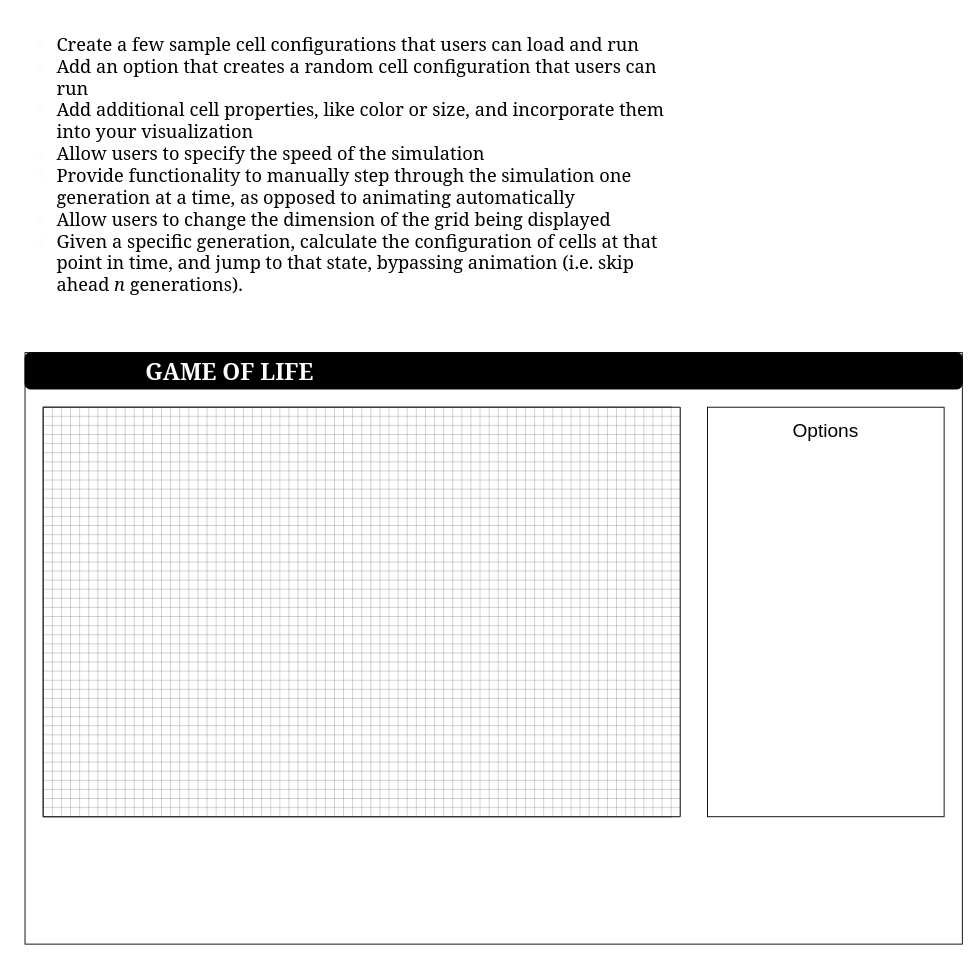
This is Untitled Diagram.drawio from meep-morp/Conways_Game_Of_Life, a draw.io file, before an edit. Source tidied: cells renumbered, new cells numbered last; positions are measured from the earlier drawing's top-left corner, leaving out a move shared by most shapes. Both pictures are drawn from the tidied source at 91%, with x=0, y=0 at pixel (15, 25).
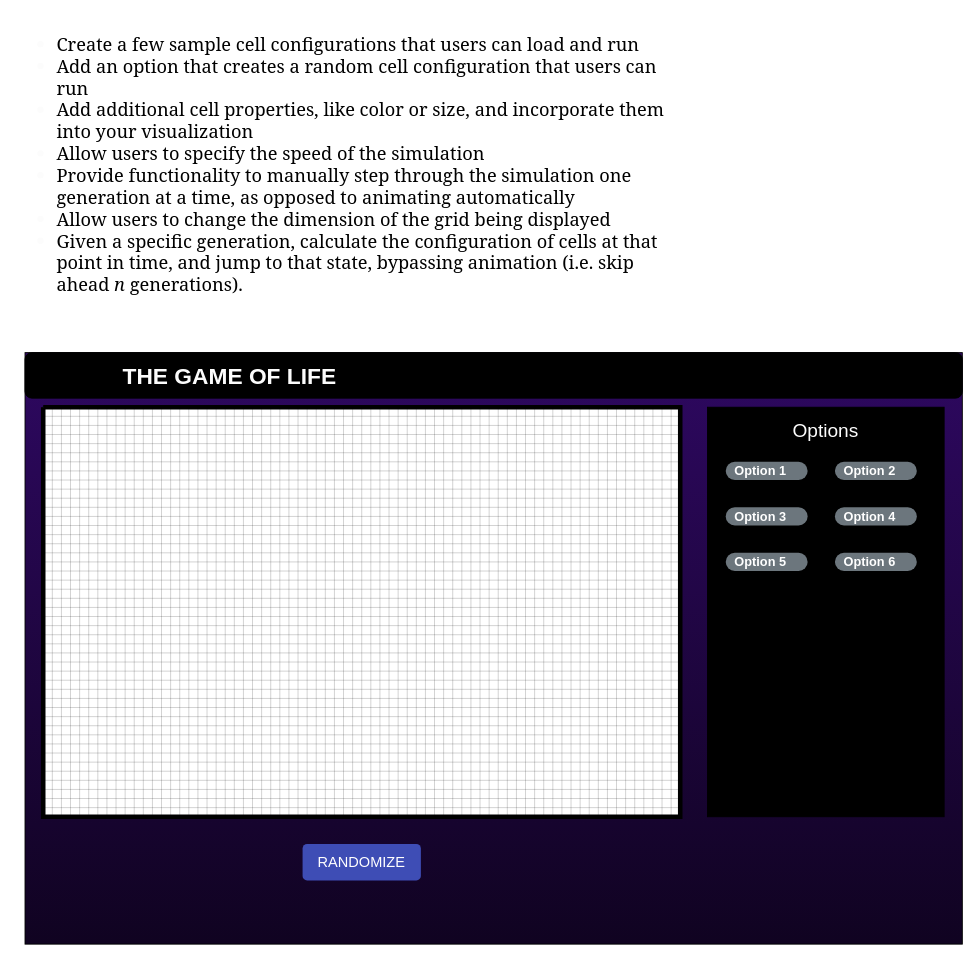
The same diagram, later.

Diff of the diagram source:
```diff
@@
 <mxGraphModel background="#ffffff">
   <root>
     <mxCell id="0" />
     <mxCell id="1" parent="0" />
-    <mxCell id="2" style="rounded=0;whiteSpace=wrap;html=1;labelBackgroundColor=#2E0861;" parent="1" vertex="1">
+    <mxCell id="2" style="rounded=0;whiteSpace=wrap;html=1;labelBackgroundColor=none;fillColor=#2E0861;gradientColor=#100321;" parent="1" vertex="1">
       <mxGeometry x="10" y="360" width="1030" height="650" as="geometry" />
     </mxCell>
     <mxCell id="3" style="rounded=1;whiteSpace=wrap;html=1;fillColor=#000000;" parent="1" vertex="1">
-      <mxGeometry x="10" y="360" width="1030" height="40" as="geometry" />
+      <mxGeometry x="10" y="360" width="1030" height="50" as="geometry" />
     </mxCell>
     <mxCell id="4" style="rounded=0;whiteSpace=wrap;html=1;" parent="1" vertex="1">
       <mxGeometry x="30" y="420" width="690" height="450" as="geometry" />
     </mxCell>
-    <mxCell id="5" style="rounded=0;whiteSpace=wrap;html=1;labelBackgroundColor=#2E0861;labelBorderColor=none;" parent="1" vertex="1">
+    <mxCell id="5" style="rounded=0;whiteSpace=wrap;html=1;labelBackgroundColor=#2E0861;labelBorderColor=none;fillColor=#000000;" parent="1" vertex="1">
       <mxGeometry x="760" y="420" width="260" height="450" as="geometry" />
     </mxCell>
-    <mxCell id="6" value="&lt;font style=&quot;font-size: 21px&quot;&gt;Options&lt;/font&gt;" style="text;html=1;strokeColor=none;fillColor=none;align=center;verticalAlign=middle;whiteSpace=wrap;rounded=0;" parent="1" vertex="1">
+    <mxCell id="6" value="&lt;font style=&quot;font-size: 21px&quot;&gt;Options&lt;/font&gt;" style="text;html=1;strokeColor=none;fillColor=none;align=center;verticalAlign=middle;whiteSpace=wrap;rounded=0;fontColor=#FCFCFC;fontFamily=Russo One;FType=g;" parent="1" vertex="1">
       <mxGeometry x="855" y="420" width="70" height="50" as="geometry" />
     </mxCell>
-    <mxCell id="7" style="verticalLabelPosition=bottom;verticalAlign=top;html=1;shape=mxgraph.basic.patternFillRect;fillStyle=grid;step=10;fillStrokeWidth=0.2;fillStrokeColor=#000000;strokeColor=#000000;fillColor=#FFFFFF;labelBackgroundColor=#2E0861;" parent="1" vertex="1">
+    <mxCell id="7" style="verticalLabelPosition=bottom;verticalAlign=top;html=1;shape=mxgraph.basic.patternFillRect;fillStyle=grid;step=10;fillStrokeWidth=0.2;fillStrokeColor=#000000;strokeColor=#000000;fillColor=#FFFFFF;labelBackgroundColor=#2E0861;strokeWidth=5;" parent="1" vertex="1">
       <mxGeometry x="30" y="420" width="700" height="450" as="geometry" />
     </mxCell>
-    <mxCell id="8" value="GAME OF LIFE" style="text;html=1;strokeColor=none;align=center;verticalAlign=middle;whiteSpace=wrap;rounded=0;fontColor=#FCFCFC;fontSize=25;fontStyle=1;horizontal=1;fontFamily=Georgia;" parent="1" vertex="1">
-      <mxGeometry x="20" y="370" width="430" height="20" as="geometry" />
+    <mxCell id="8" value="THE GAME OF LIFE" style="text;html=1;strokeColor=none;align=center;verticalAlign=middle;whiteSpace=wrap;rounded=0;fontColor=#FCFCFC;fontSize=25;fontStyle=1;horizontal=1;fontFamily=Russo One;" parent="1" vertex="1">
+      <mxGeometry x="20" y="375" width="430" height="20" as="geometry" />
     </mxCell>
     <mxCell id="9" value="&lt;h1 style=&quot;font-size: 20px&quot;&gt;&lt;ul&gt;&lt;li&gt;&lt;font color=&quot;#000000&quot; style=&quot;font-weight: normal&quot;&gt;Create a few sample cell configurations that users can load and run&lt;/font&gt;&lt;/li&gt;&lt;li&gt;&lt;font color=&quot;#000000&quot; style=&quot;font-weight: normal&quot;&gt;Add an option that creates a random cell configuration that users can run&lt;/font&gt;&lt;/li&gt;&lt;li&gt;&lt;font color=&quot;#000000&quot; style=&quot;font-weight: normal&quot;&gt;Add additional cell properties, like color or size, and incorporate them into your visualization&lt;/font&gt;&lt;/li&gt;&lt;li&gt;&lt;font color=&quot;#000000&quot; style=&quot;font-weight: normal&quot;&gt;Allow users to specify the speed of the simulation&lt;/font&gt;&lt;/li&gt;&lt;li&gt;&lt;font color=&quot;#000000&quot; style=&quot;font-weight: normal&quot;&gt;Provide functionality to manually step through the simulation one generation at a time, as opposed to animating automatically&lt;/font&gt;&lt;/li&gt;&lt;li&gt;&lt;font color=&quot;#000000&quot; style=&quot;font-weight: normal&quot;&gt;Allow users to change the dimension of the grid being displayed&lt;/font&gt;&lt;/li&gt;&lt;li&gt;&lt;font color=&quot;#000000&quot; style=&quot;font-weight: normal&quot;&gt;Given a specific generation, calculate the configuration of cells at that point in time, and jump to that state, bypassing animation (i.e. skip ahead&amp;nbsp;&lt;em style=&quot;box-sizing: border-box&quot;&gt;n&lt;/em&gt;&amp;nbsp;generations).&lt;/font&gt;&lt;/li&gt;&lt;/ul&gt;&lt;/h1&gt;" style="text;html=1;strokeColor=none;fillColor=none;spacing=5;spacingTop=-20;whiteSpace=wrap;overflow=hidden;rounded=0;fontFamily=Georgia;fontSize=25;fontColor=#FCFCFC;" parent="1" vertex="1">
       <mxGeometry width="740" height="303" as="geometry" />
     </mxCell>
+    <mxCell id="10" value="Option 1" style="rounded=1;whiteSpace=wrap;html=1;arcSize=50;strokeColor=none;strokeWidth=1;fillColor=#6C767D;fontColor=#FFFFFF;whiteSpace=wrap;align=left;verticalAlign=middle;spacingLeft=0;fontStyle=1;fontSize=14;spacing=10;labelBackgroundColor=none;fontFamily=Titillium Web;FType=g;" parent="1" vertex="1">
+      <mxGeometry x="780" y="480" width="90" height="20" as="geometry" />
+    </mxCell>
+    <mxCell id="11" value="Option 2" style="rounded=1;whiteSpace=wrap;html=1;arcSize=50;strokeColor=none;strokeWidth=1;fillColor=#6C767D;fontColor=#FFFFFF;whiteSpace=wrap;align=left;verticalAlign=middle;spacingLeft=0;fontStyle=1;fontSize=14;spacing=10;labelBackgroundColor=none;fontFamily=Titillium Web;" parent="1" vertex="1">
+      <mxGeometry x="900" y="480" width="90" height="20" as="geometry" />
+    </mxCell>
+    <mxCell id="12" value="Option 4" style="rounded=1;whiteSpace=wrap;html=1;arcSize=50;strokeColor=none;strokeWidth=1;fillColor=#6C767D;fontColor=#FFFFFF;whiteSpace=wrap;align=left;verticalAlign=middle;spacingLeft=0;fontStyle=1;fontSize=14;spacing=10;labelBackgroundColor=none;fontFamily=Titillium Web;" parent="1" vertex="1">
+      <mxGeometry x="900" y="530" width="90" height="20" as="geometry" />
+    </mxCell>
+    <mxCell id="13" value="Option 3" style="rounded=1;whiteSpace=wrap;html=1;arcSize=50;strokeColor=none;strokeWidth=1;fillColor=#6C767D;fontColor=#FFFFFF;whiteSpace=wrap;align=left;verticalAlign=middle;spacingLeft=0;fontStyle=1;fontSize=14;spacing=10;labelBackgroundColor=none;fontFamily=Titillium Web;" parent="1" vertex="1">
+      <mxGeometry x="780" y="530" width="90" height="20" as="geometry" />
+    </mxCell>
+    <mxCell id="14" value="Option 5" style="rounded=1;whiteSpace=wrap;html=1;arcSize=50;strokeColor=none;strokeWidth=1;fillColor=#6C767D;fontColor=#FFFFFF;whiteSpace=wrap;align=left;verticalAlign=middle;spacingLeft=0;fontStyle=1;fontSize=14;spacing=10;labelBackgroundColor=none;fontFamily=Titillium Web;" parent="1" vertex="1">
+      <mxGeometry x="780" y="580" width="90" height="20" as="geometry" />
+    </mxCell>
+    <mxCell id="15" value="Option 6" style="rounded=1;whiteSpace=wrap;html=1;arcSize=50;strokeColor=none;strokeWidth=1;fillColor=#6C767D;fontColor=#FFFFFF;whiteSpace=wrap;align=left;verticalAlign=middle;spacingLeft=0;fontStyle=1;fontSize=14;spacing=10;labelBackgroundColor=none;fontFamily=Titillium Web;" parent="1" vertex="1">
+      <mxGeometry x="900" y="580" width="90" height="20" as="geometry" />
+    </mxCell>
+    <mxCell id="16" value="RANDOMIZE" style="html=1;shadow=0;dashed=0;shape=mxgraph.bootstrap.rrect;rSize=5;strokeColor=none;strokeWidth=1;fontColor=#FFFFFF;whiteSpace=wrap;align=center;verticalAlign=middle;spacingLeft=0;fontStyle=0;fontSize=16;spacing=5;labelBackgroundColor=none;fontFamily=Russo One;fillColor=#3E4DB5;" parent="1" vertex="1">
+      <mxGeometry x="315" y="900" width="130" height="40" as="geometry" />
+    </mxCell>
   </root>
 </mxGraphModel>
```
